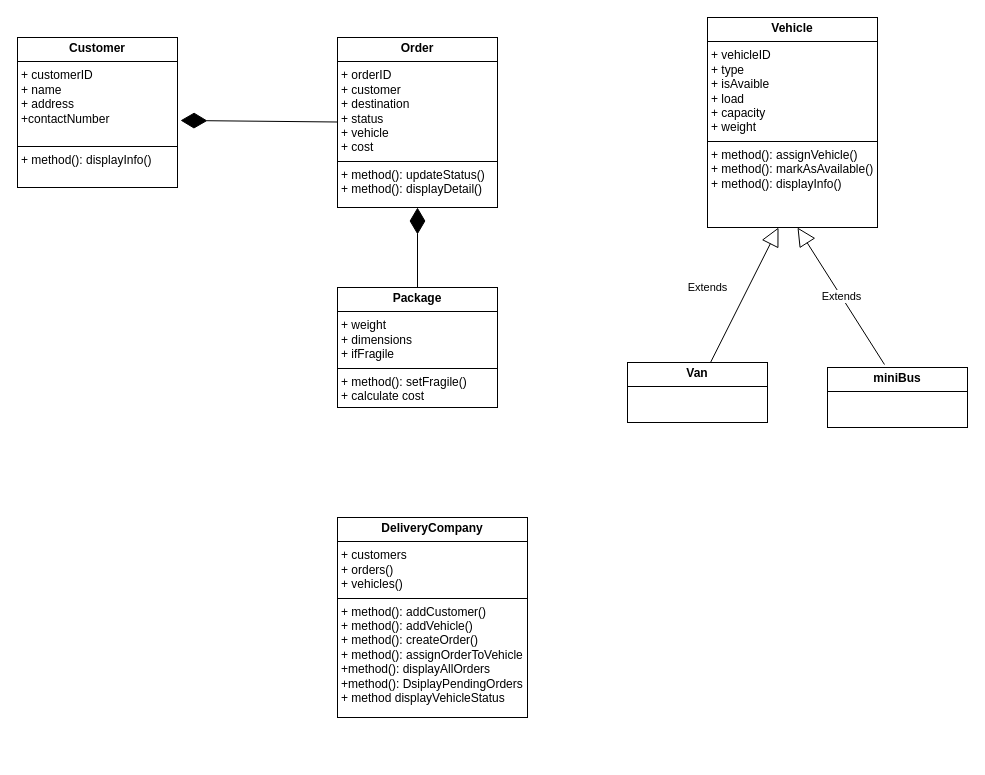
Above: Delivery_comp_UML.drawio in fifol21/E-wallet (draw.io), before the change. Source tidied: cells renumbered, new cells numbered last; positions are measured from the earlier drawing's top-left corner, leaving out a move shared by most shapes. Both pictures are drawn from the tidied source at 100%, with x=0, y=0 at pixel (17, 17).
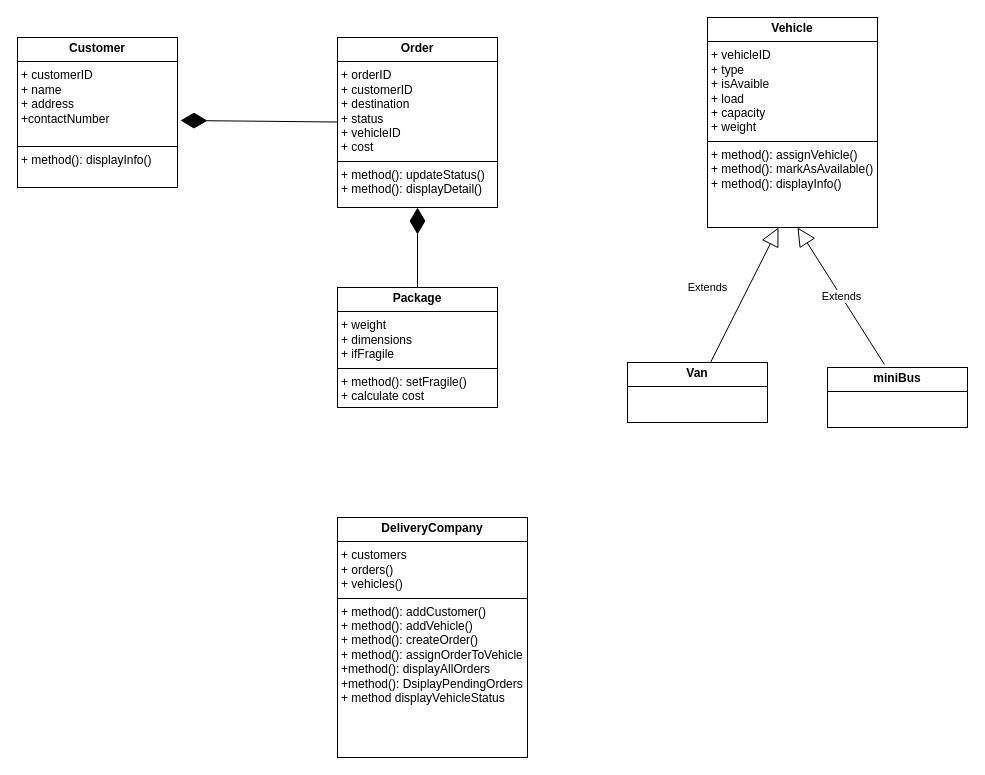
After the change.

What changed in the source:
```diff
@@
 <mxGraphModel>
   <root>
     <mxCell id="0" />
     <mxCell id="1" parent="0" />
     <mxCell id="2" value="&lt;p style=&quot;margin:0px;margin-top:4px;text-align:center;&quot;&gt;&lt;b&gt;Customer&lt;/b&gt;&lt;/p&gt;&lt;hr size=&quot;1&quot; style=&quot;border-style:solid;&quot;&gt;&lt;p style=&quot;margin:0px;margin-left:4px;&quot;&gt;+ customerID&lt;/p&gt;&lt;p style=&quot;margin:0px;margin-left:4px;&quot;&gt;+ name&lt;br&gt;+ address&lt;br&gt;+contactNumber&lt;br&gt;&lt;br&gt;&lt;/p&gt;&lt;hr size=&quot;1&quot; style=&quot;border-style:solid;&quot;&gt;&lt;p style=&quot;margin:0px;margin-left:4px;&quot;&gt;+ method(): displayInfo()&lt;br&gt;&lt;/p&gt;" style="verticalAlign=top;align=left;overflow=fill;html=1;whiteSpace=wrap;" parent="1" vertex="1">
       <mxGeometry y="20" width="160" height="150" as="geometry" />
     </mxCell>
     <mxCell id="3" value="&lt;p style=&quot;margin:0px;margin-top:4px;text-align:center;&quot;&gt;&lt;b&gt;Vehicle&lt;/b&gt;&lt;/p&gt;&lt;hr size=&quot;1&quot; style=&quot;border-style:solid;&quot;&gt;&lt;p style=&quot;margin:0px;margin-left:4px;&quot;&gt;+ vehicleID&lt;br&gt;+ type&lt;br&gt;+ isAvaible&lt;/p&gt;&lt;p style=&quot;margin:0px;margin-left:4px;&quot;&gt;+ load&lt;br&gt;+ capacity&lt;br&gt;+ weight&lt;br&gt;&lt;/p&gt;&lt;hr size=&quot;1&quot; style=&quot;border-style:solid;&quot;&gt;&lt;p style=&quot;margin:0px;margin-left:4px;&quot;&gt;+ method(): assignVehicle()&lt;br&gt;+ method(): markAsAvailable()&lt;br&gt;+ method(): displayInfo()&lt;br&gt;&lt;br&gt;&lt;/p&gt;" style="verticalAlign=top;align=left;overflow=fill;html=1;whiteSpace=wrap;" parent="1" vertex="1">
       <mxGeometry x="690" width="170" height="210" as="geometry" />
     </mxCell>
-    <mxCell id="4" value="&lt;p style=&quot;margin:0px;margin-top:4px;text-align:center;&quot;&gt;&lt;b&gt;Order&lt;/b&gt;&lt;/p&gt;&lt;hr size=&quot;1&quot; style=&quot;border-style:solid;&quot;&gt;&lt;p style=&quot;margin:0px;margin-left:4px;&quot;&gt;+ orderID&lt;br&gt;+ customer&lt;br&gt;+ destination&lt;br&gt;+ status&lt;br&gt;+ vehicle&lt;br&gt;+ cost&lt;br&gt;&lt;/p&gt;&lt;hr size=&quot;1&quot; style=&quot;border-style:solid;&quot;&gt;&lt;p style=&quot;margin:0px;margin-left:4px;&quot;&gt;+ method(): updateStatus()&lt;br&gt;+ method(): displayDetail()&lt;br&gt;&lt;/p&gt;" style="verticalAlign=top;align=left;overflow=fill;html=1;whiteSpace=wrap;" parent="1" vertex="1">
+    <mxCell id="4" value="&lt;p style=&quot;margin:0px;margin-top:4px;text-align:center;&quot;&gt;&lt;b&gt;Order&lt;/b&gt;&lt;/p&gt;&lt;hr size=&quot;1&quot; style=&quot;border-style:solid;&quot;&gt;&lt;p style=&quot;margin:0px;margin-left:4px;&quot;&gt;+ orderID&lt;br&gt;+ customerID&lt;br&gt;+ destination&lt;br&gt;+ status&lt;br&gt;+ vehicleID&lt;br&gt;+ cost&lt;br&gt;&lt;/p&gt;&lt;hr size=&quot;1&quot; style=&quot;border-style:solid;&quot;&gt;&lt;p style=&quot;margin:0px;margin-left:4px;&quot;&gt;+ method(): updateStatus()&lt;br&gt;+ method(): displayDetail()&lt;br&gt;&lt;/p&gt;" style="verticalAlign=top;align=left;overflow=fill;html=1;whiteSpace=wrap;" parent="1" vertex="1">
       <mxGeometry x="320" y="20" width="160" height="170" as="geometry" />
     </mxCell>
     <mxCell id="5" value="&lt;p style=&quot;margin:0px;margin-top:4px;text-align:center;&quot;&gt;&lt;b&gt;Van&lt;/b&gt;&lt;/p&gt;&lt;hr size=&quot;1&quot; style=&quot;border-style:solid;&quot;&gt;&lt;div style=&quot;height:2px;&quot;&gt;&amp;nbsp; &lt;br&gt;&lt;/div&gt;" style="verticalAlign=top;align=left;overflow=fill;html=1;whiteSpace=wrap;" parent="1" vertex="1">
       <mxGeometry x="610" y="345" width="140" height="60" as="geometry" />
     </mxCell>
     <mxCell id="6" value="&lt;p style=&quot;margin:0px;margin-top:4px;text-align:center;&quot;&gt;&lt;b&gt;miniBus&lt;/b&gt;&lt;br&gt;&lt;/p&gt;&lt;hr size=&quot;1&quot; style=&quot;border-style:solid;&quot;&gt;&lt;div style=&quot;height:2px;&quot;&gt;&lt;/div&gt;" style="verticalAlign=top;align=left;overflow=fill;html=1;whiteSpace=wrap;" parent="1" vertex="1">
       <mxGeometry x="810" y="350" width="140" height="60" as="geometry" />
     </mxCell>
     <mxCell id="7" value="Extends" style="endArrow=block;endSize=16;endFill=0;html=1;rounded=0;entryX=0.359;entryY=1.021;entryDx=0;entryDy=0;entryPerimeter=0;exitX=0.593;exitY=0;exitDx=0;exitDy=0;exitPerimeter=0;" parent="1" edge="1" source="5">
       <mxGeometry x="-0.13" y="36" relative="1" as="geometry">
         <mxPoint x="761" y="210" as="targetPoint" />
         <mxPoint x="-1" as="offset" />
       </mxGeometry>
     </mxCell>
     <mxCell id="8" value="Extends" style="endArrow=block;endSize=16;endFill=0;html=1;rounded=0;exitX=0.407;exitY=-0.05;exitDx=0;exitDy=0;exitPerimeter=0;" parent="1" edge="1" source="6">
       <mxGeometry relative="1" as="geometry">
         <mxPoint x="780" y="210" as="targetPoint" />
       </mxGeometry>
     </mxCell>
     <mxCell id="9" value="&lt;p style=&quot;margin:0px;margin-top:4px;text-align:center;&quot;&gt;&lt;b&gt;Package&lt;/b&gt;&lt;/p&gt;&lt;hr size=&quot;1&quot; style=&quot;border-style:solid;&quot;&gt;&lt;p style=&quot;margin:0px;margin-left:4px;&quot;&gt;+ weight&lt;br&gt;+ dimensions&lt;br&gt;+ ifFragile&lt;br&gt;&lt;/p&gt;&lt;hr size=&quot;1&quot; style=&quot;border-style:solid;&quot;&gt;&lt;p style=&quot;margin:0px;margin-left:4px;&quot;&gt;+ method(): setFragile()&lt;br&gt;+ calculate cost&lt;br&gt;&lt;/p&gt;" style="verticalAlign=top;align=left;overflow=fill;html=1;whiteSpace=wrap;" parent="1" vertex="1">
       <mxGeometry x="320" y="270" width="160" height="120" as="geometry" />
     </mxCell>
     <mxCell id="10" style="endArrow=diamondThin;endFill=1;endSize=24;html=1;rounded=0;entryX=0.5;entryY=1;entryDx=0;entryDy=0;" parent="1" edge="1" target="4">
       <mxGeometry relative="1" as="geometry">
         <mxPoint x="400" y="270" as="sourcePoint" />
       </mxGeometry>
     </mxCell>
     <mxCell id="11" style="endArrow=diamondThin;endFill=1;endSize=24;html=1;rounded=0;entryX=1.019;entryY=0.553;entryDx=0;entryDy=0;entryPerimeter=0;" parent="1" edge="1" target="2">
       <mxGeometry relative="1" as="geometry">
         <mxPoint x="320" y="104.5" as="sourcePoint" />
       </mxGeometry>
     </mxCell>
     <mxCell id="12" value="&lt;p style=&quot;margin:0px;margin-top:4px;text-align:center;&quot;&gt;&lt;b&gt;DeliveryCompany&lt;/b&gt;&lt;br&gt;&lt;/p&gt;&lt;hr size=&quot;1&quot; style=&quot;border-style:solid;&quot;&gt;&lt;p style=&quot;margin:0px;margin-left:4px;&quot;&gt;+ customers&lt;br&gt;+ orders()&lt;br&gt;+ vehicles()&lt;br&gt;&lt;/p&gt;&lt;hr size=&quot;1&quot; style=&quot;border-style:solid;&quot;&gt;&lt;p style=&quot;margin:0px;margin-left:4px;&quot;&gt;+ method(): addCustomer()&lt;br&gt;+ method(): addVehicle()&lt;br&gt;+ method(): createOrder()&lt;br&gt;+ method(): assignOrderToVehicle&lt;br&gt;+method(): displayAllOrders&lt;br&gt;+method(): DsiplayPendingOrders&lt;br&gt;+ method displayVehicleStatus&lt;br&gt;&lt;/p&gt;" style="verticalAlign=top;align=left;overflow=fill;html=1;whiteSpace=wrap;" parent="1" vertex="1">
-      <mxGeometry x="320" y="500" width="190" height="200" as="geometry" />
+      <mxGeometry x="320" y="500" width="190" height="240" as="geometry" />
     </mxCell>
   </root>
 </mxGraphModel>
```
